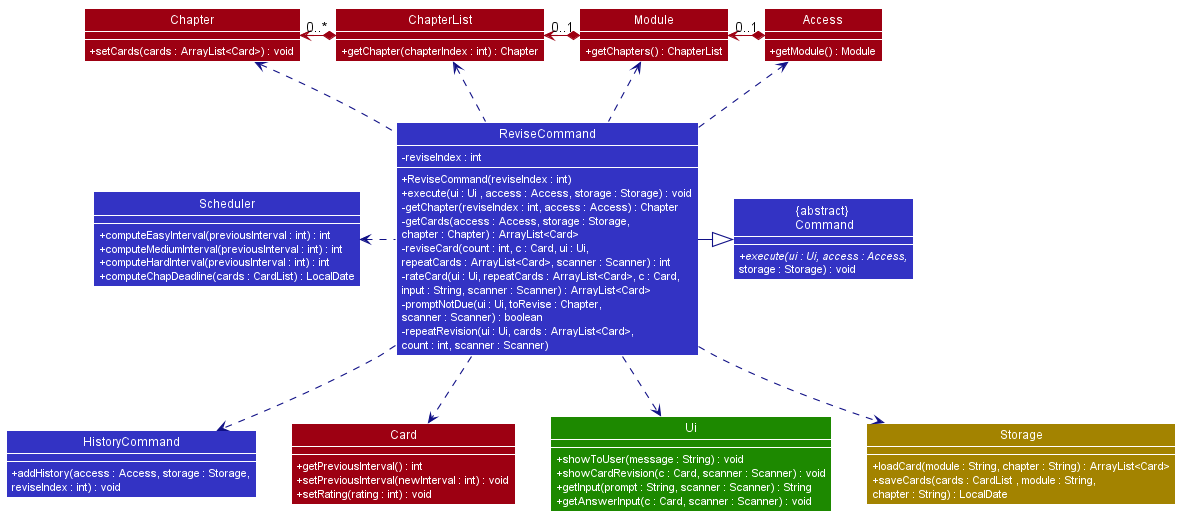
Above: docs/DG_Images/ReviseCommandClassDiagram.png in nus-cs2113-AY2021S1/tp (PlantUML), before the change.
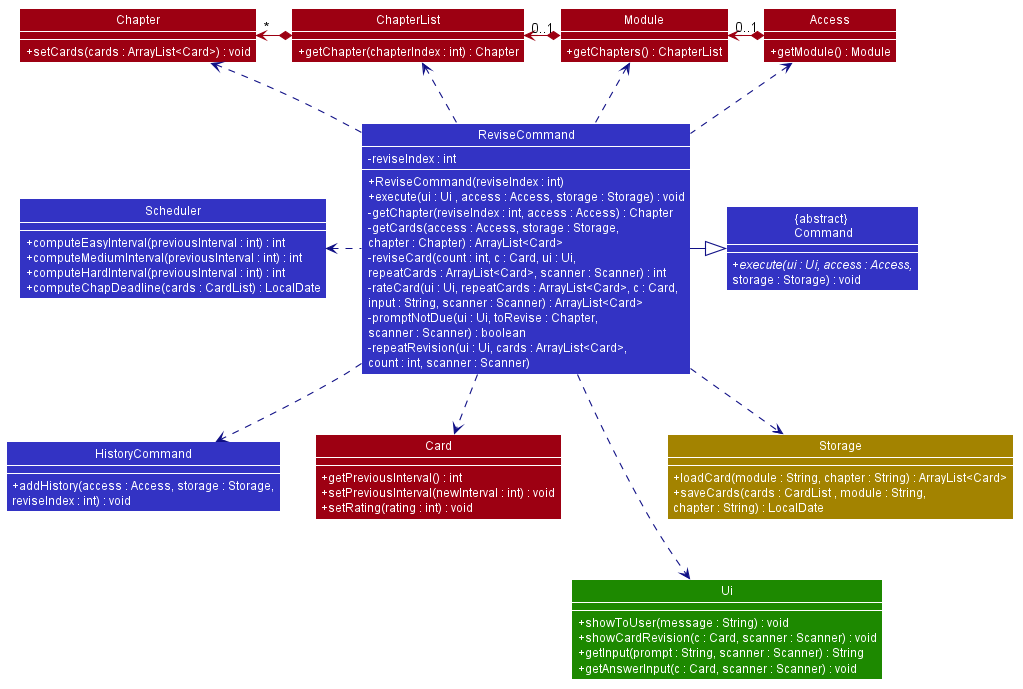
The same diagram one commit later.

Commit message:
Modify class diagram

Change to the diagram source:
```diff
@@ -46,6 +46,7 @@
 skinparam packageStyle Rectangle
 skinparam classAttributeIconSize 0
 skinparam classAttributeFontColor white
+skinparam classAttributeFontSize 12
 
 hide footbox
 hide members
@@ -134,7 +135,7 @@
 ReviseCommand .up[#101086].> Module
 ReviseCommand .down[#101086].> Storage
 Module *-left[#9D0012]-> "0..1" ChapterList
-ChapterList *-left[#9D0012]->"0..*" Chapter
+ChapterList *-left[#9D0012]->"*" Chapter
 Access *-left[#9D0012]>"0..1" Module
-
+Storage -down[HIDDEN]-> Ui
 @enduml
```
